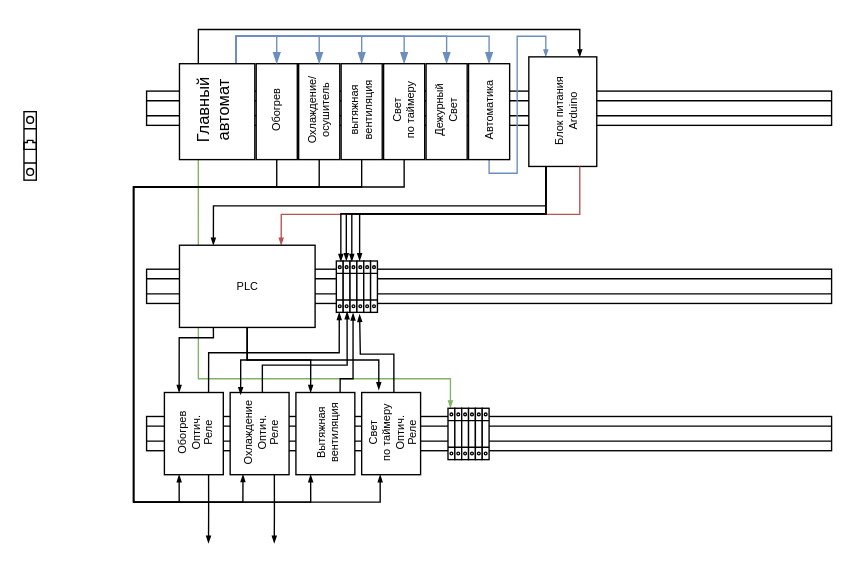
Above: Курятник.drawio in Johnystu/draw_io (draw.io), before the change. Source tidied: cells renumbered, new cells numbered last; positions are measured from the earlier drawing's top-left corner, leaving out a move shared by most shapes. Both pictures are drawn from the tidied source at 137%, with x=0, y=0 at pixel (23, 36).
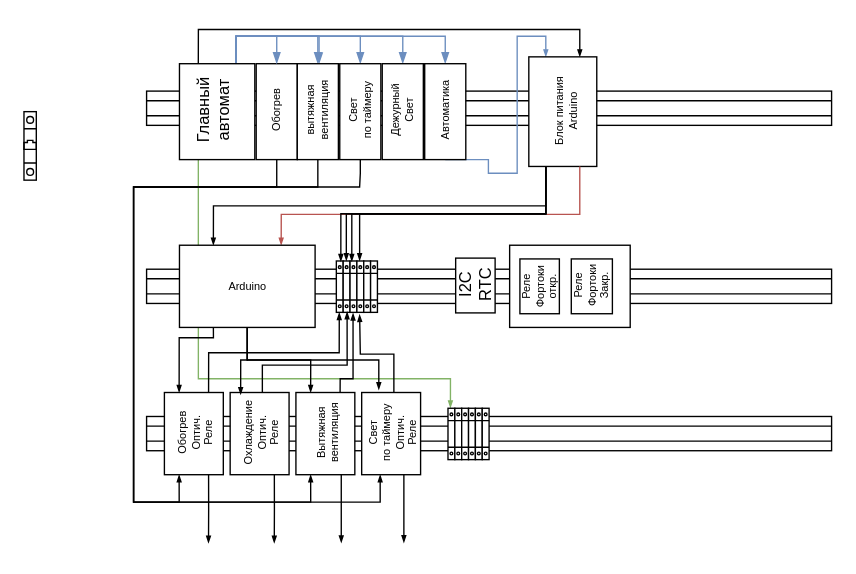
Above is the later version.

The change refers to these unchanged cells:
```xml
<mxCell id="18" style="rounded=0;whiteSpace=wrap;html=1;" parent="1" vertex="1">
  <mxGeometry x="113.5" y="20" width="55" height="70" as="geometry" />
</mxCell>
<mxCell id="40" value="Охлаждение&lt;div style=&quot;font-size: 8px&quot;&gt;&lt;font style=&quot;font-size: 8px&quot;&gt;Оптич.&lt;/font&gt;&lt;/div&gt;&lt;div style=&quot;font-size: 8px&quot;&gt;&lt;font style=&quot;font-size: 8px&quot;&gt;Реле&lt;br style=&quot;font-size: 8px&quot;&gt;&lt;/font&gt;&lt;/div&gt;" style="text;html=1;align=center;verticalAlign=middle;points=[];rotation=-90;fontSize=8;" parent="38" vertex="1">
  <mxGeometry y="10" width="60" height="40" as="geometry" />
</mxCell>
<mxCell id="42" style="rounded=0;whiteSpace=wrap;html=1;" parent="41" vertex="1">
  <mxGeometry x="6.5" width="43" height="60" as="geometry" />
</mxCell>
<mxCell id="46" value="&lt;div&gt;Свет&lt;/div&gt;&lt;div&gt;по таймеру&lt;br&gt;&lt;/div&gt;&lt;div style=&quot;font-size: 8px&quot;&gt;&lt;font style=&quot;font-size: 8px&quot;&gt;Оптич.&lt;/font&gt;&lt;/div&gt;&lt;div style=&quot;font-size: 8px&quot;&gt;&lt;font style=&quot;font-size: 8px&quot;&gt;Реле&lt;br style=&quot;font-size: 8px&quot;&gt;&lt;/font&gt;&lt;/div&gt;" style="text;html=1;align=center;verticalAlign=middle;points=[];rotation=-90;fontSize=8;" parent="44" vertex="1">
  <mxGeometry y="5" width="60" height="50" as="geometry" />
</mxCell>
```

Change to the diagram source:
```diff
@@
-    <mxCell id="6" style="rounded=0;whiteSpace=wrap;html=1;" parent="1" vertex="1">
-      <mxGeometry x="200.5" y="20" width="30" height="70" as="geometry" />
-    </mxCell>
-    <mxCell id="7" style="edgeStyle=orthogonalEdgeStyle;rounded=0;jumpSize=3;jettySize=auto;html=1;entryX=0.002;entryY=0.146;entryDx=0;entryDy=0;entryPerimeter=0;startSize=3;endArrow=blockThin;endFill=1;endSize=3;fontSize=8;exitX=0.5;exitY=1;exitDx=0;exitDy=0;" parent="1" edge="1" source="6" target="40">
-      <mxGeometry relative="1" as="geometry">
-        <Array as="points">
-          <mxPoint x="215" y="110" />
-          <mxPoint x="80" y="110" />
-          <mxPoint x="80" y="340" />
-          <mxPoint x="160" y="340" />
-        </Array>
-      </mxGeometry>
-    </mxCell>
-    <mxCell id="8" value="&lt;div&gt;Охлаждение/&lt;/div&gt;&lt;div&gt;осушитель&lt;br&gt;&lt;/div&gt;" style="text;html=1;align=center;verticalAlign=middle;rotation=-90;fontSize=8;" parent="1" vertex="1">
-      <mxGeometry x="180.5" y="40" width="70" height="30" as="geometry" />
-    </mxCell>
@@
-    <mxCell id="11" style="edgeStyle=orthogonalEdgeStyle;rounded=0;jettySize=auto;html=1;exitX=0.75;exitY=0;exitDx=0;exitDy=0;endArrow=blockThin;endFill=1;entryX=0.5;entryY=0;entryDx=0;entryDy=0;fillColor=#dae8fc;strokeColor=#6c8ebf;" parent="1" edge="1" source="18" target="6">
+    <mxCell id="11" style="edgeStyle=orthogonalEdgeStyle;rounded=0;jettySize=auto;html=1;exitX=0.75;exitY=0;exitDx=0;exitDy=0;endArrow=blockThin;endFill=1;entryX=0.5;entryY=0;entryDx=0;entryDy=0;fillColor=#dae8fc;strokeColor=#6c8ebf;" parent="1" edge="1" source="18">
       <mxGeometry relative="1" as="geometry">
+        <mxPoint x="215.4" y="20.2" as="targetPoint" />
         <Array as="points">
           <mxPoint x="155" />
           <mxPoint x="215" />
         </Array>
       </mxGeometry>
     </mxCell>
@@
     <mxCell id="20" style="edgeStyle=orthogonalEdgeStyle;rounded=0;jumpSize=3;jettySize=auto;html=1;exitX=0.5;exitY=1;exitDx=0;exitDy=0;entryX=0;entryY=0.3;entryDx=0;entryDy=0;entryPerimeter=0;startSize=3;endArrow=blockThin;endFill=1;endSize=3;fontSize=8;" parent="1" edge="1" source="21" target="46">
       <mxGeometry relative="1" as="geometry">
         <Array as="points">
-          <mxPoint x="278" y="110" />
+          <mxPoint x="245" y="100" />
+          <mxPoint x="245" y="110" />
           <mxPoint x="80" y="110" />
           <mxPoint x="80" y="340" />
           <mxPoint x="260" y="340" />
         </Array>
       </mxGeometry>
     </mxCell>
     <mxCell id="21" style="rounded=0;whiteSpace=wrap;html=1;" parent="1" vertex="1">
-      <mxGeometry x="262.5" y="20" width="30" height="70" as="geometry" />
+      <mxGeometry x="230.5" y="20" width="30" height="70" as="geometry" />
     </mxCell>
     <mxCell id="22" value="&lt;div style=&quot;font-size: 8px;&quot;&gt;Свет&lt;/div&gt;&lt;div style=&quot;font-size: 8px;&quot;&gt;по таймеру&lt;br style=&quot;font-size: 8px;&quot;&gt;&lt;/div&gt;" style="text;html=1;align=center;verticalAlign=middle;rotation=-90;fontSize=8;" parent="1" vertex="1">
-      <mxGeometry x="247.5" y="40" width="60" height="30" as="geometry" />
+      <mxGeometry x="215.5" y="40" width="60" height="30" as="geometry" />
     </mxCell>
     <mxCell id="23" style="edgeStyle=orthogonalEdgeStyle;rounded=0;jumpSize=3;jettySize=auto;html=1;exitX=0.5;exitY=1;exitDx=0;exitDy=0;entryX=0.25;entryY=1;entryDx=0;entryDy=0;startSize=3;endArrow=blockThin;endFill=1;endSize=3;fontSize=8;" parent="1" edge="1" source="24" target="42">
       <mxGeometry relative="1" as="geometry">
         <Array as="points">
-          <mxPoint x="247" y="110" />
+          <mxPoint x="214" y="110" />
           <mxPoint x="80" y="110" />
           <mxPoint x="80" y="340" />
           <mxPoint x="209" y="340" />
         </Array>
       </mxGeometry>
     </mxCell>
     <mxCell id="24" style="rounded=0;whiteSpace=wrap;html=1;" parent="1" vertex="1">
-      <mxGeometry x="231.5" y="20" width="30" height="70" as="geometry" />
+      <mxGeometry x="199.5" y="20" width="30" height="70" as="geometry" />
     </mxCell>
     <mxCell id="25" value="&lt;div style=&quot;font-size: 8px;&quot;&gt;вытяжная&lt;/div&gt;&lt;div style=&quot;font-size: 8px;&quot;&gt;вентиляция&lt;br style=&quot;font-size: 8px;&quot;&gt;&lt;/div&gt;" style="text;html=1;align=center;verticalAlign=middle;rotation=-90;fontSize=8;" parent="1" vertex="1">
-      <mxGeometry x="216.5" y="40" width="60" height="30" as="geometry" />
+      <mxGeometry x="184.5" y="40" width="60" height="30" as="geometry" />
     </mxCell>
     <mxCell id="26" style="rounded=0;whiteSpace=wrap;html=1;" parent="1" vertex="1">
-      <mxGeometry x="293.5" y="20" width="30" height="70" as="geometry" />
+      <mxGeometry x="261.5" y="20" width="30" height="70" as="geometry" />
     </mxCell>
     <mxCell id="27" value="Дежурный&lt;br style=&quot;font-size: 8px;&quot;&gt;&lt;div style=&quot;font-size: 8px;&quot;&gt;Свет&lt;/div&gt;" style="text;html=1;align=center;verticalAlign=middle;rotation=-90;fontSize=8;" parent="1" vertex="1">
-      <mxGeometry x="283.5" y="40" width="50" height="30" as="geometry" />
+      <mxGeometry x="251.5" y="40" width="50" height="30" as="geometry" />
     </mxCell>
@@
     <mxCell id="33" style="rounded=0;whiteSpace=wrap;html=1;" parent="1" vertex="1">
-      <mxGeometry x="324.5" y="20" width="30" height="70" as="geometry" />
+      <mxGeometry x="292.5" y="20" width="30" height="70" as="geometry" />
     </mxCell>
     <mxCell id="34" value="Автоматика" style="text;html=1;align=center;verticalAlign=middle;rotation=-90;fontSize=8;" parent="1" vertex="1">
-      <mxGeometry x="309.5" y="45" width="60" height="20" as="geometry" />
+      <mxGeometry x="277.5" y="45" width="60" height="20" as="geometry" />
     </mxCell>
@@
-    <mxCell id="54" value="PLC" style="rounded=0;whiteSpace=wrap;html=1;fontSize=8;" parent="1" vertex="1">
+    <mxCell id="54" value="Arduino" style="rounded=0;whiteSpace=wrap;html=1;fontSize=8;" parent="1" vertex="1">
       <mxGeometry x="113.5" y="152.5" width="99" height="60" as="geometry" />
     </mxCell>
@@
+    <mxCell id="77" style="rounded=0;whiteSpace=wrap;html=1;" parent="1" vertex="1">
+      <mxGeometry x="354.5" y="152.5" width="88" height="60" as="geometry" />
+    </mxCell>
+    <mxCell id="78" value="&lt;div style=&quot;font-size: 8px&quot;&gt;Реле&lt;br&gt;&lt;/div&gt;&lt;div style=&quot;font-size: 8px&quot;&gt;&lt;font style=&quot;font-size: 8px&quot;&gt;Фортоки&lt;/font&gt;&lt;/div&gt;&lt;div style=&quot;font-size: 8px&quot;&gt;&lt;font style=&quot;font-size: 8px&quot;&gt;откр.&lt;/font&gt;&lt;br&gt;&lt;/div&gt;" style="rounded=0;whiteSpace=wrap;html=1;rotation=-90;" parent="1" vertex="1">
+      <mxGeometry x="356.4" y="168.1" width="40" height="28.8" as="geometry" />
+    </mxCell>
+    <mxCell id="79" value="&lt;div style=&quot;font-size: 8px&quot;&gt;&lt;font style=&quot;font-size: 8px&quot;&gt;Реле&lt;/font&gt;&lt;/div&gt;&lt;div style=&quot;font-size: 8px&quot;&gt;&lt;font style=&quot;font-size: 8px&quot;&gt;Фортоки&lt;/font&gt;&lt;/div&gt;&lt;div style=&quot;font-size: 8px&quot;&gt;&lt;font style=&quot;font-size: 8px&quot;&gt;Закр.&lt;/font&gt;&lt;br&gt;&lt;/div&gt;" style="rounded=0;whiteSpace=wrap;html=1;rotation=-90;" parent="1" vertex="1">
+      <mxGeometry x="394.5" y="167.5" width="40" height="30" as="geometry" />
+    </mxCell>
+    <mxCell id="80" style="edgeStyle=orthogonalEdgeStyle;rounded=0;jumpSize=3;orthogonalLoop=1;jettySize=auto;html=1;exitX=0.75;exitY=1;exitDx=0;exitDy=0;startSize=3;endArrow=blockThin;endFill=1;endSize=3;fontSize=8;" parent="1" edge="1">
+      <mxGeometry relative="1" as="geometry">
+        <mxPoint x="231.6" y="319.8" as="sourcePoint" />
+        <mxPoint x="231.6" y="369.8" as="targetPoint" />
+        <Array as="points">
+          <mxPoint x="231.1" y="349.8" />
+          <mxPoint x="231.1" y="349.8" />
+        </Array>
+      </mxGeometry>
+    </mxCell>
+    <mxCell id="81" style="edgeStyle=orthogonalEdgeStyle;rounded=0;jumpSize=3;orthogonalLoop=1;jettySize=auto;html=1;exitX=0.75;exitY=1;exitDx=0;exitDy=0;startSize=3;endArrow=blockThin;endFill=1;endSize=3;fontSize=8;" parent="1" edge="1">
+      <mxGeometry relative="1" as="geometry">
+        <mxPoint x="277.3" y="319.7" as="sourcePoint" />
+        <mxPoint x="277.3" y="369.7" as="targetPoint" />
+        <Array as="points">
+          <mxPoint x="276.8" y="349.8" />
+          <mxPoint x="276.8" y="349.8" />
+        </Array>
+      </mxGeometry>
+    </mxCell>
+    <mxCell id="82" value="I2C RTC" style="rounded=0;whiteSpace=wrap;html=1;rotation=-90;" parent="1" vertex="1">
+      <mxGeometry x="309.5" y="167.5" width="40" height="28.8" as="geometry" />
+    </mxCell>
```
